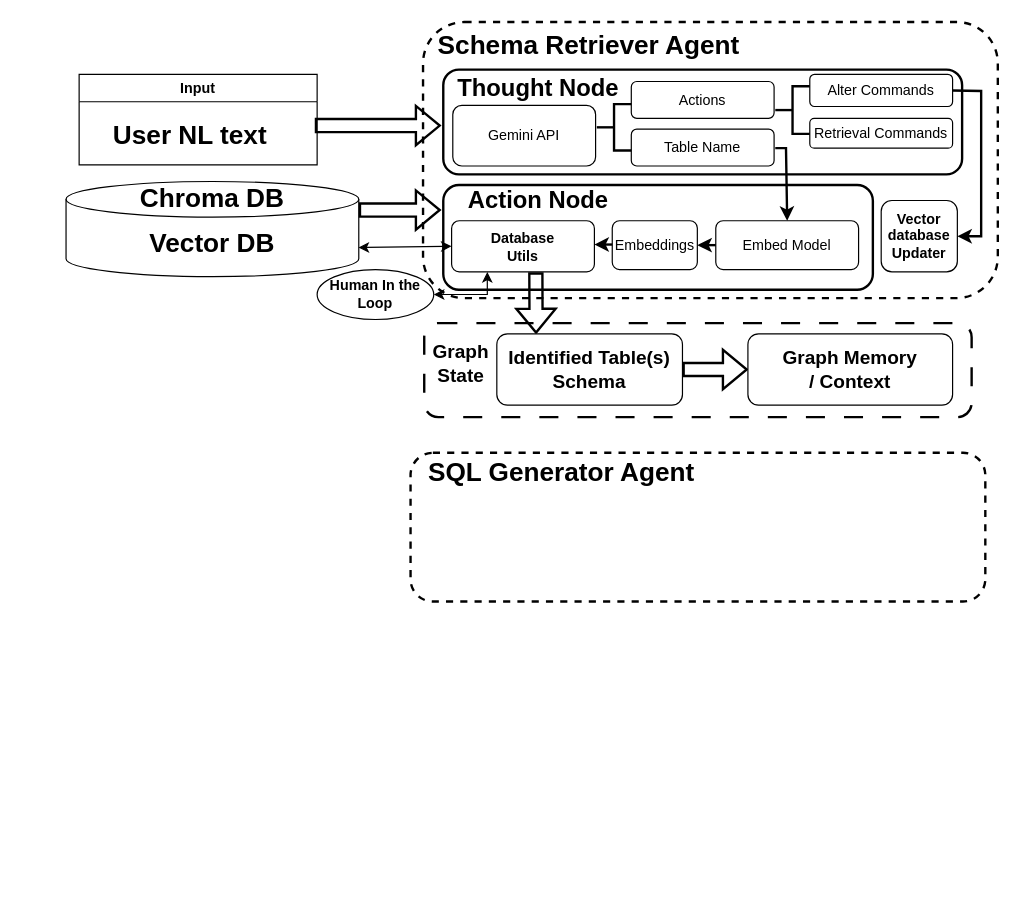
The draw.io diagram page "Page-1" (1 of 2) of T2S_sequential_agent.drawio in TheAirprogrammer/T2S_RAG, before the edit. Source tidied: cells renumbered, new cells numbered last; positions are measured from the earlier drawing's top-left corner, leaving out a move shared by most shapes. Both pictures are drawn from the tidied source at 119%, with x=0, y=0 at pixel (65, 21).
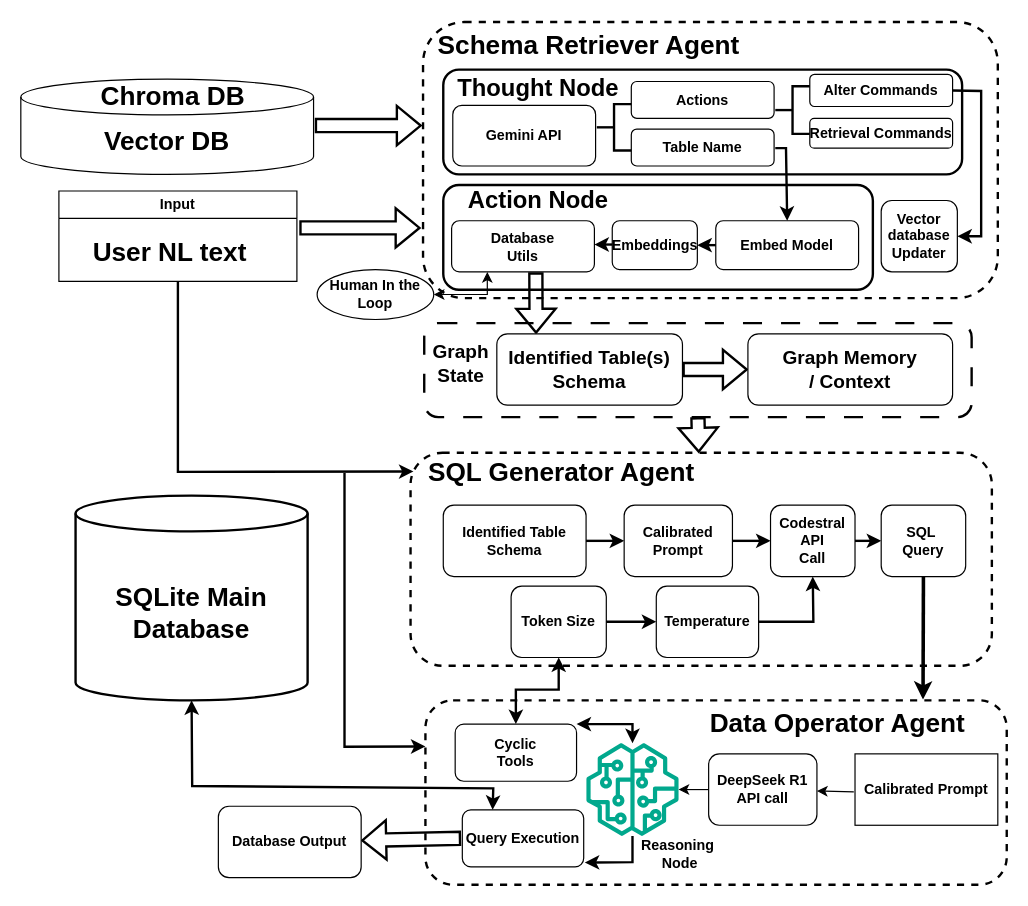
Above is the later version.

Unchanged cells that the change refers to:
```xml
<mxCell id="2" style="rounded=1;whiteSpace=wrap;html=1;dashed=1;dashPattern=8 8;strokeWidth=2;" parent="1" vertex="1">
  <mxGeometry x="301" y="253" width="460" height="79" as="geometry" />
</mxCell>
<mxCell id="25" value="&lt;b&gt;Database&lt;/b&gt;&lt;div&gt;&lt;b&gt;Utils&lt;/b&gt;&lt;/div&gt;" style="rounded=1;whiteSpace=wrap;html=1;" parent="1" vertex="1">
  <mxGeometry x="324" y="167" width="120" height="43" as="geometry" />
</mxCell>
```

Diff of the diagram source:
```diff
@@
     <mxCell id="3" value="&lt;b&gt;&lt;font style=&quot;font-size: 22px;&quot;&gt;Vector DB&lt;/font&gt;&lt;/b&gt;" style="shape=cylinder3;whiteSpace=wrap;html=1;boundedLbl=1;backgroundOutline=1;size=15;" parent="1" vertex="1">
-      <mxGeometry y="134" width="246" height="80" as="geometry" />
+      <mxGeometry x="-38" y="48" width="246" height="80" as="geometry" />
     </mxCell>
     <mxCell id="4" value="&lt;b&gt;&lt;font style=&quot;font-size: 22px;&quot;&gt;Chroma DB&lt;/font&gt;&lt;/b&gt;" style="text;html=1;align=center;verticalAlign=middle;whiteSpace=wrap;rounded=0;" parent="1" vertex="1">
-      <mxGeometry x="50" y="134" width="146" height="30" as="geometry" />
+      <mxGeometry x="17" y="48" width="146" height="30" as="geometry" />
     </mxCell>
@@
     <mxCell id="6" value="Input" style="swimlane;whiteSpace=wrap;html=1;" parent="1" vertex="1">
-      <mxGeometry x="11" y="44" width="200" height="76" as="geometry" />
+      <mxGeometry x="-6" y="142" width="200" height="76" as="geometry" />
     </mxCell>
@@
     <mxCell id="9" style="shape=flexArrow;endArrow=classic;html=1;rounded=0;strokeWidth=2;" parent="1" edge="1">
       <mxGeometry relative="1" as="geometry">
-        <mxPoint x="246" y="158" as="sourcePoint" />
-        <mxPoint x="315" y="158" as="targetPoint" />
+        <mxPoint x="196" y="173" as="sourcePoint" />
+        <mxPoint x="298" y="173" as="targetPoint" />
       </mxGeometry>
     </mxCell>
     <mxCell id="10" style="shape=flexArrow;endArrow=classic;html=1;rounded=0;strokeWidth=2;" parent="1" edge="1">
       <mxGeometry relative="1" as="geometry">
         <mxPoint x="209" y="87" as="sourcePoint" />
-        <mxPoint x="315" y="87" as="targetPoint" />
+        <mxPoint x="299" y="87" as="targetPoint" />
       </mxGeometry>
     </mxCell>
@@
-    <mxCell id="13" value="Gemini API" style="rounded=1;whiteSpace=wrap;html=1;" parent="1" vertex="1">
+    <mxCell id="13" value="&lt;b&gt;Gemini API&lt;/b&gt;" style="rounded=1;whiteSpace=wrap;html=1;" parent="1" vertex="1">
       <mxGeometry x="325" y="70" width="120" height="51" as="geometry" />
     </mxCell>
-    <mxCell id="14" value="Actions" style="rounded=1;whiteSpace=wrap;html=1;" parent="1" vertex="1">
+    <mxCell id="14" value="&lt;b&gt;Actions&lt;/b&gt;" style="rounded=1;whiteSpace=wrap;html=1;" parent="1" vertex="1">
       <mxGeometry x="475" y="50" width="120" height="31" as="geometry" />
     </mxCell>
-    <mxCell id="15" value="Table Name" style="rounded=1;whiteSpace=wrap;html=1;" parent="1" vertex="1">
+    <mxCell id="15" value="&lt;b&gt;Table Name&lt;/b&gt;" style="rounded=1;whiteSpace=wrap;html=1;" parent="1" vertex="1">
       <mxGeometry x="475" y="90" width="120" height="31" as="geometry" />
     </mxCell>
@@
-    <mxCell id="18" value="Retrieval&amp;nbsp;&lt;span style=&quot;color: light-dark(rgb(0, 0, 0), rgb(255, 255, 255)); background-color: transparent;&quot;&gt;Commands&lt;/span&gt;" style="rounded=1;whiteSpace=wrap;html=1;" parent="1" vertex="1">
+    <mxCell id="18" value="&lt;b&gt;Retrieval&amp;nbsp;&lt;span style=&quot;color: light-dark(rgb(0, 0, 0), rgb(255, 255, 255)); background-color: transparent;&quot;&gt;Commands&lt;/span&gt;&lt;/b&gt;" style="rounded=1;whiteSpace=wrap;html=1;" parent="1" vertex="1">
       <mxGeometry x="625" y="81" width="120" height="25" as="geometry" />
     </mxCell>
-    <mxCell id="19" value="Alter&amp;nbsp;&lt;span style=&quot;background-color: transparent; color: light-dark(rgb(0, 0, 0), rgb(255, 255, 255));&quot;&gt;Commands&lt;/span&gt;" style="rounded=1;whiteSpace=wrap;html=1;" parent="1" vertex="1">
+    <mxCell id="19" value="&lt;b&gt;Alter&amp;nbsp;&lt;span style=&quot;background-color: transparent; color: light-dark(rgb(0, 0, 0), rgb(255, 255, 255));&quot;&gt;Commands&lt;/span&gt;&lt;/b&gt;" style="rounded=1;whiteSpace=wrap;html=1;" parent="1" vertex="1">
       <mxGeometry x="625" y="44" width="120" height="27" as="geometry" />
     </mxCell>
@@
-    <mxCell id="23" value="Embed Model" style="rounded=1;whiteSpace=wrap;html=1;" parent="1" vertex="1">
+    <mxCell id="23" value="&lt;b&gt;Embed Model&lt;/b&gt;" style="rounded=1;whiteSpace=wrap;html=1;" parent="1" vertex="1">
       <mxGeometry x="546" y="167" width="120" height="41" as="geometry" />
     </mxCell>
-    <mxCell id="24" value="Embeddings" style="rounded=1;whiteSpace=wrap;html=1;" parent="1" vertex="1">
+    <mxCell id="24" value="&lt;b&gt;Embeddings&lt;/b&gt;" style="rounded=1;whiteSpace=wrap;html=1;" parent="1" vertex="1">
       <mxGeometry x="459" y="167" width="71.5" height="41" as="geometry" />
     </mxCell>
@@
-    <mxCell id="31" style="endArrow=classic;startArrow=classic;html=1;rounded=0;exitX=0.999;exitY=0.694;exitDx=0;exitDy=0;exitPerimeter=0;entryX=0;entryY=0.5;entryDx=0;entryDy=0;" parent="1" edge="1" source="3" target="25">
-      <mxGeometry relative="1" as="geometry" />
-    </mxCell>
@@
     <mxCell id="33" style="rounded=1;whiteSpace=wrap;html=1;dashed=1;strokeWidth=2;" parent="1" vertex="1">
-      <mxGeometry x="289.5" y="362" width="483" height="125" as="geometry" />
+      <mxGeometry x="289.5" y="362" width="488.5" height="179" as="geometry" />
     </mxCell>
@@
+    <mxCell id="40" style="shape=flexArrow;endArrow=classic;html=1;rounded=0;exitX=0.5;exitY=1;exitDx=0;exitDy=0;strokeWidth=2;" parent="1" edge="1" source="2" target="33">
+      <mxGeometry relative="1" as="geometry" />
+    </mxCell>
+    <mxCell id="41" value="&lt;b&gt;Identified Table Schema&lt;/b&gt;" style="rounded=1;whiteSpace=wrap;html=1;" parent="1" vertex="1">
+      <mxGeometry x="317" y="406" width="120" height="60" as="geometry" />
+    </mxCell>
+    <mxCell id="42" style="endArrow=classic;html=1;rounded=0;exitX=1;exitY=0.5;exitDx=0;exitDy=0;strokeWidth=2;" parent="1" edge="1" source="41" target="43">
+      <mxGeometry relative="1" as="geometry" />
+    </mxCell>
+    <mxCell id="43" value="&lt;b&gt;Calibrated Prompt&lt;/b&gt;" style="rounded=1;whiteSpace=wrap;html=1;" parent="1" vertex="1">
+      <mxGeometry x="469" y="406" width="91" height="60" as="geometry" />
+    </mxCell>
+    <mxCell id="44" style="endArrow=classic;html=1;rounded=0;exitX=1;exitY=0.5;exitDx=0;exitDy=0;strokeWidth=2;" parent="1" edge="1" source="43" target="45">
+      <mxGeometry relative="1" as="geometry" />
+    </mxCell>
+    <mxCell id="45" value="&lt;b&gt;Codestral&lt;/b&gt;&lt;div&gt;&lt;b&gt;API&lt;/b&gt;&lt;div&gt;&lt;b&gt;Call&lt;/b&gt;&lt;/div&gt;&lt;/div&gt;" style="rounded=1;whiteSpace=wrap;html=1;" parent="1" vertex="1">
+      <mxGeometry x="592" y="406" width="71" height="60" as="geometry" />
+    </mxCell>
+    <mxCell id="46" value="&lt;b&gt;SQL&amp;nbsp;&lt;/b&gt;&lt;div&gt;&lt;b&gt;Query&lt;/b&gt;&lt;/div&gt;" style="rounded=1;whiteSpace=wrap;html=1;" parent="1" vertex="1">
+      <mxGeometry x="685" y="406" width="71" height="60" as="geometry" />
+    </mxCell>
+    <mxCell id="47" style="endArrow=classic;html=1;rounded=0;exitX=1;exitY=0.5;exitDx=0;exitDy=0;entryX=0;entryY=0.5;entryDx=0;entryDy=0;strokeWidth=2;" parent="1" edge="1" source="45" target="46">
+      <mxGeometry relative="1" as="geometry" />
+    </mxCell>
+    <mxCell id="48" value="&lt;b&gt;Token Size&lt;/b&gt;" style="rounded=1;whiteSpace=wrap;html=1;" parent="1" vertex="1">
+      <mxGeometry x="374" y="474" width="80" height="60" as="geometry" />
+    </mxCell>
+    <mxCell id="49" value="&lt;b&gt;Temperature&lt;/b&gt;" style="rounded=1;whiteSpace=wrap;html=1;" parent="1" vertex="1">
+      <mxGeometry x="496" y="474" width="86" height="60" as="geometry" />
+    </mxCell>
+    <mxCell id="50" style="endArrow=classic;html=1;rounded=0;exitX=1;exitY=0.5;exitDx=0;exitDy=0;entryX=0;entryY=0.5;entryDx=0;entryDy=0;strokeWidth=2;" parent="1" edge="1" source="48" target="49">
+      <mxGeometry relative="1" as="geometry" />
+    </mxCell>
+    <mxCell id="51" style="endArrow=classic;html=1;rounded=0;exitX=1;exitY=0.5;exitDx=0;exitDy=0;entryX=0.5;entryY=1;entryDx=0;entryDy=0;strokeWidth=2;" parent="1" edge="1" source="49" target="45">
+      <mxGeometry relative="1" as="geometry">
+        <Array as="points">
+          <mxPoint x="628" y="504" />
+        </Array>
+      </mxGeometry>
+    </mxCell>
+    <mxCell id="52" style="rounded=1;whiteSpace=wrap;html=1;dashed=1;strokeWidth=2;" parent="1" vertex="1">
+      <mxGeometry x="302" y="570" width="488.5" height="155" as="geometry" />
+    </mxCell>
+    <mxCell id="53" value="&lt;b&gt;&lt;font style=&quot;font-size: 22px;&quot;&gt;Data Operator Agent&lt;/font&gt;&lt;/b&gt;" style="text;html=1;align=center;verticalAlign=middle;whiteSpace=wrap;rounded=0;" parent="1" vertex="1">
+      <mxGeometry x="527" y="570" width="243" height="39" as="geometry" />
+    </mxCell>
+    <mxCell id="54" style="endArrow=classic;html=1;rounded=0;exitX=0.5;exitY=1;exitDx=0;exitDy=0;entryX=0.856;entryY=-0.004;entryDx=0;entryDy=0;entryPerimeter=0;strokeWidth=3;" parent="1" edge="1" source="46" target="52">
+      <mxGeometry relative="1" as="geometry" />
+    </mxCell>
+    <mxCell id="55" style="endArrow=classic;html=1;rounded=0;exitX=0.5;exitY=1;exitDx=0;exitDy=0;entryX=0.005;entryY=0.088;entryDx=0;entryDy=0;strokeWidth=2;entryPerimeter=0;" parent="1" edge="1" source="6" target="33">
+      <mxGeometry relative="1" as="geometry">
+        <Array as="points">
+          <mxPoint x="94" y="378" />
+        </Array>
+      </mxGeometry>
+    </mxCell>
+    <mxCell id="56" style="endArrow=classic;html=1;rounded=0;entryX=0;entryY=0.25;entryDx=0;entryDy=0;strokeWidth=2;" parent="1" edge="1" target="52">
+      <mxGeometry relative="1" as="geometry">
+        <mxPoint x="234" y="379" as="sourcePoint" />
+        <Array as="points">
+          <mxPoint x="234" y="609" />
+        </Array>
+      </mxGeometry>
+    </mxCell>
+    <mxCell id="57" style="sketch=0;outlineConnect=0;fontColor=#232F3E;gradientColor=none;fillColor=#01A88D;strokeColor=none;dashed=0;verticalLabelPosition=bottom;verticalAlign=top;align=center;html=1;fontSize=12;fontStyle=0;shape=mxgraph.aws4.sagemaker_model;" parent="1" vertex="1">
+      <mxGeometry x="437" y="606" width="78" height="78" as="geometry" />
+    </mxCell>
+    <mxCell id="58" value="&lt;b&gt;Calibrated Prompt&lt;/b&gt;" style="rounded=0;whiteSpace=wrap;html=1;" parent="1" vertex="1">
+      <mxGeometry x="663" y="615" width="120" height="60" as="geometry" />
+    </mxCell>
+    <mxCell id="59" style="endArrow=classic;html=1;rounded=0;" parent="1" edge="1" target="60">
+      <mxGeometry relative="1" as="geometry">
+        <mxPoint x="662" y="647" as="sourcePoint" />
+      </mxGeometry>
+    </mxCell>
+    <mxCell id="60" value="&lt;div&gt;&lt;b&gt;DeepSeek R1&lt;/b&gt;&lt;/div&gt;&lt;b&gt;API call&lt;/b&gt;" style="rounded=1;whiteSpace=wrap;html=1;" parent="1" vertex="1">
+      <mxGeometry x="540" y="615" width="91" height="60" as="geometry" />
+    </mxCell>
+    <mxCell id="61" style="endArrow=classic;html=1;rounded=0;exitX=0;exitY=0.5;exitDx=0;exitDy=0;" parent="1" edge="1" source="60" target="57">
+      <mxGeometry relative="1" as="geometry" />
+    </mxCell>
+    <mxCell id="62" value="&lt;b&gt;Cyclic&lt;/b&gt;&lt;div&gt;&lt;b&gt;Tools&lt;/b&gt;&lt;/div&gt;" style="rounded=1;whiteSpace=wrap;html=1;" parent="1" vertex="1">
+      <mxGeometry x="327" y="590" width="102" height="48" as="geometry" />
+    </mxCell>
+    <mxCell id="63" value="&lt;b&gt;Query Execution&lt;/b&gt;" style="rounded=1;whiteSpace=wrap;html=1;" parent="1" vertex="1">
+      <mxGeometry x="333" y="662" width="102" height="48" as="geometry" />
+    </mxCell>
+    <mxCell id="64" style="endArrow=classic;html=1;rounded=0;entryX=1.009;entryY=0.923;entryDx=0;entryDy=0;entryPerimeter=0;strokeWidth=2;" parent="1" edge="1" source="57" target="63">
+      <mxGeometry relative="1" as="geometry">
+        <Array as="points">
+          <mxPoint x="476" y="706" />
+        </Array>
+      </mxGeometry>
+    </mxCell>
+    <mxCell id="65" value="&lt;b&gt;Reasoning&amp;nbsp;&lt;/b&gt;&lt;div&gt;&lt;b&gt;Node&lt;/b&gt;&lt;/div&gt;" style="text;html=1;align=center;verticalAlign=middle;whiteSpace=wrap;rounded=0;" parent="1" vertex="1">
+      <mxGeometry x="486" y="684" width="60" height="30" as="geometry" />
+    </mxCell>
+    <mxCell id="66" style="endArrow=classic;startArrow=classic;html=1;rounded=0;entryX=1;entryY=0;entryDx=0;entryDy=0;strokeWidth=2;" parent="1" edge="1" source="57" target="62">
+      <mxGeometry relative="1" as="geometry">
+        <Array as="points">
+          <mxPoint x="476" y="590" />
+        </Array>
+      </mxGeometry>
+    </mxCell>
+    <mxCell id="67" style="endArrow=classic;startArrow=classic;html=1;rounded=0;entryX=0.5;entryY=1;entryDx=0;entryDy=0;exitX=0.5;exitY=0;exitDx=0;exitDy=0;strokeWidth=2;" parent="1" edge="1" source="62" target="48">
+      <mxGeometry relative="1" as="geometry">
+        <Array as="points">
+          <mxPoint x="378" y="561" />
+          <mxPoint x="414" y="561" />
+        </Array>
+      </mxGeometry>
+    </mxCell>
+    <mxCell id="68" value="&lt;b&gt;&lt;font style=&quot;font-size: 22px;&quot;&gt;SQLite Main Database&lt;/font&gt;&lt;/b&gt;" style="shape=cylinder3;whiteSpace=wrap;html=1;boundedLbl=1;backgroundOutline=1;size=15;strokeWidth=2;" parent="1" vertex="1">
+      <mxGeometry x="8" y="398" width="195" height="172" as="geometry" />
+    </mxCell>
+    <mxCell id="69" style="endArrow=classic;startArrow=classic;html=1;rounded=0;entryX=0.25;entryY=0;entryDx=0;entryDy=0;exitX=0.5;exitY=1;exitDx=0;exitDy=0;exitPerimeter=0;strokeWidth=2;" parent="1" edge="1" source="68" target="63">
+      <mxGeometry relative="1" as="geometry">
+        <Array as="points">
+          <mxPoint x="106" y="642" />
+          <mxPoint x="359" y="644" />
+        </Array>
+      </mxGeometry>
+    </mxCell>
+    <mxCell id="70" style="shape=flexArrow;endArrow=classic;html=1;rounded=0;strokeWidth=2;" parent="1" edge="1" target="71">
+      <mxGeometry relative="1" as="geometry">
+        <mxPoint x="332" y="686" as="sourcePoint" />
+      </mxGeometry>
+    </mxCell>
+    <mxCell id="71" value="&lt;b&gt;Database Output&lt;/b&gt;" style="rounded=1;whiteSpace=wrap;html=1;" parent="1" vertex="1">
+      <mxGeometry x="128" y="659" width="120" height="60" as="geometry" />
+    </mxCell>
```
